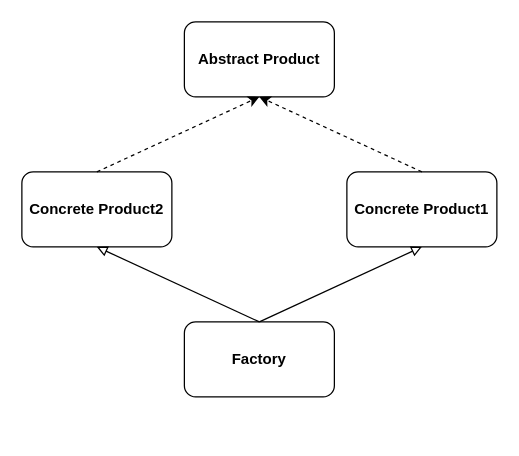
Muggle666/PicGo keeps this draw.io diagram as 设计模式/工厂模式/简单工厂模式/Pattern-SimpleFactory.drawio. Above is the earlier version. Source tidied: cells renumbered, new cells numbered last; positions are measured from the earlier drawing's top-left corner, leaving out a move shared by most shapes. Both pictures are drawn from the tidied source at 125%, with x=0, y=0 at pixel (21, 21).
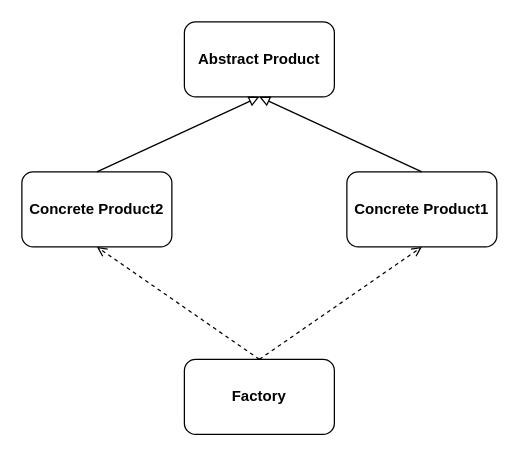
The same diagram, later.

Diff of the diagram source:
```diff
@@
 <mxGraphModel>
   <root>
     <mxCell id="0" />
     <mxCell id="1" parent="0" />
     <mxCell id="2" value="Abstract Product" style="rounded=1;whiteSpace=wrap;html=1;fontStyle=1;" parent="1" vertex="1">
       <mxGeometry x="130" width="120" height="60" as="geometry" />
     </mxCell>
     <mxCell id="3" value="Concrete Product1" style="rounded=1;whiteSpace=wrap;html=1;fontStyle=1;" parent="1" vertex="1">
       <mxGeometry x="260" y="120" width="120" height="60" as="geometry" />
     </mxCell>
     <mxCell id="4" value="Factory" style="rounded=1;whiteSpace=wrap;html=1;fontStyle=1;" parent="1" vertex="1">
-      <mxGeometry x="130" y="240" width="120" height="60" as="geometry" />
+      <mxGeometry x="130" y="270" width="120" height="60" as="geometry" />
     </mxCell>
     <mxCell id="5" value="Concrete Product2" style="rounded=1;whiteSpace=wrap;html=1;fontStyle=1;" parent="1" vertex="1">
       <mxGeometry y="120" width="120" height="60" as="geometry" />
     </mxCell>
-    <mxCell id="6" style="endArrow=classic;html=1;exitX=0.5;exitY=0;exitDx=0;exitDy=0;entryX=0.5;entryY=1;entryDx=0;entryDy=0;dashed=1;fontStyle=1;" parent="1" edge="1" source="5" target="2">
-      <mxGeometry relative="1" as="geometry" />
-    </mxCell>
-    <mxCell id="7" style="endArrow=classic;html=1;exitX=0.5;exitY=0;exitDx=0;exitDy=0;entryX=0.5;entryY=1;entryDx=0;entryDy=0;dashed=1;fontStyle=1;" parent="1" edge="1" source="3" target="2">
-      <mxGeometry relative="1" as="geometry" />
-    </mxCell>
-    <mxCell id="8" style="endArrow=block;html=1;endFill=0;exitX=0.5;exitY=0;exitDx=0;exitDy=0;entryX=0.5;entryY=1;entryDx=0;entryDy=0;fontStyle=1;" parent="1" edge="1" source="4" target="3">
+    <mxCell id="8" style="endArrow=open;html=1;endFill=0;exitX=0.5;exitY=0;exitDx=0;exitDy=0;entryX=0.5;entryY=1;entryDx=0;entryDy=0;fontStyle=1;dashed=1;" parent="1" edge="1" source="4" target="3">
       <mxGeometry relative="1" as="geometry" />
     </mxCell>
-    <mxCell id="9" style="endArrow=block;html=1;endFill=0;entryX=0.5;entryY=1;entryDx=0;entryDy=0;exitX=0.5;exitY=0;exitDx=0;exitDy=0;fontStyle=1;" parent="1" edge="1" source="4" target="5">
+    <mxCell id="9" style="endArrow=open;html=1;endFill=0;entryX=0.5;entryY=1;entryDx=0;entryDy=0;exitX=0.5;exitY=0;exitDx=0;exitDy=0;fontStyle=1;dashed=1;" parent="1" edge="1" source="4" target="5">
       <mxGeometry relative="1" as="geometry" />
     </mxCell>
+    <mxCell id="7" style="endArrow=block;html=1;endFill=0;entryX=0.5;entryY=1;entryDx=0;entryDy=0;exitX=0.5;exitY=0;exitDx=0;exitDy=0;fontStyle=1;" parent="1" edge="1" source="3" target="2">
+      <mxGeometry relative="1" as="geometry" />
+    </mxCell>
+    <mxCell id="6" style="endArrow=block;html=1;endFill=0;entryX=0.5;entryY=1;entryDx=0;entryDy=0;exitX=0.5;exitY=0;exitDx=0;exitDy=0;fontStyle=1;" parent="1" edge="1" source="5" target="2">
+      <mxGeometry relative="1" as="geometry" />
+    </mxCell>
   </root>
 </mxGraphModel>
```
